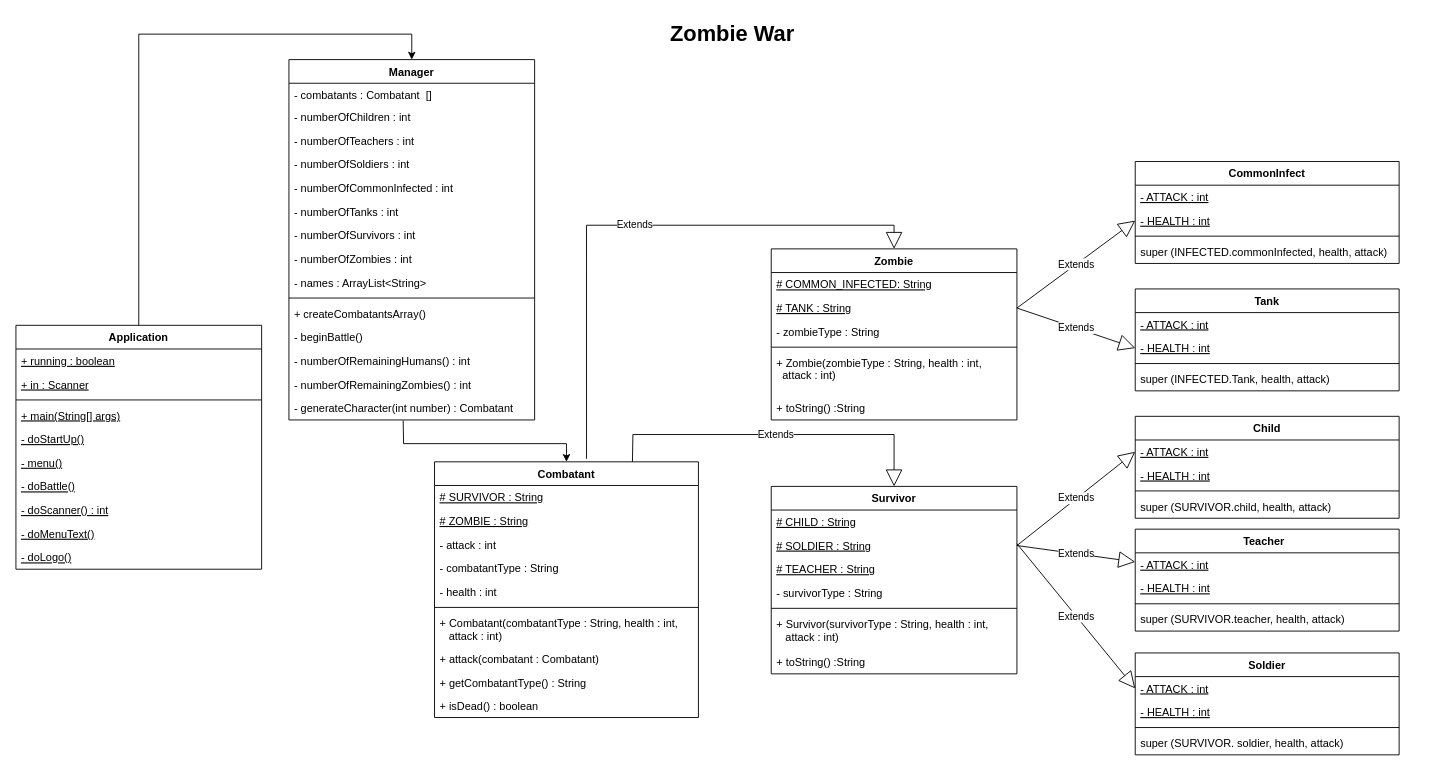
The draw.io diagram TeamCollabDrawIO.drawio in NeslerJCSP/ZombieWar, before the edit. Source tidied: cells renumbered, new cells numbered last; positions are measured from the earlier drawing's top-left corner, leaving out a move shared by most shapes. Both pictures are drawn from the tidied source at 91%, with x=0, y=0 at pixel (15, 15).
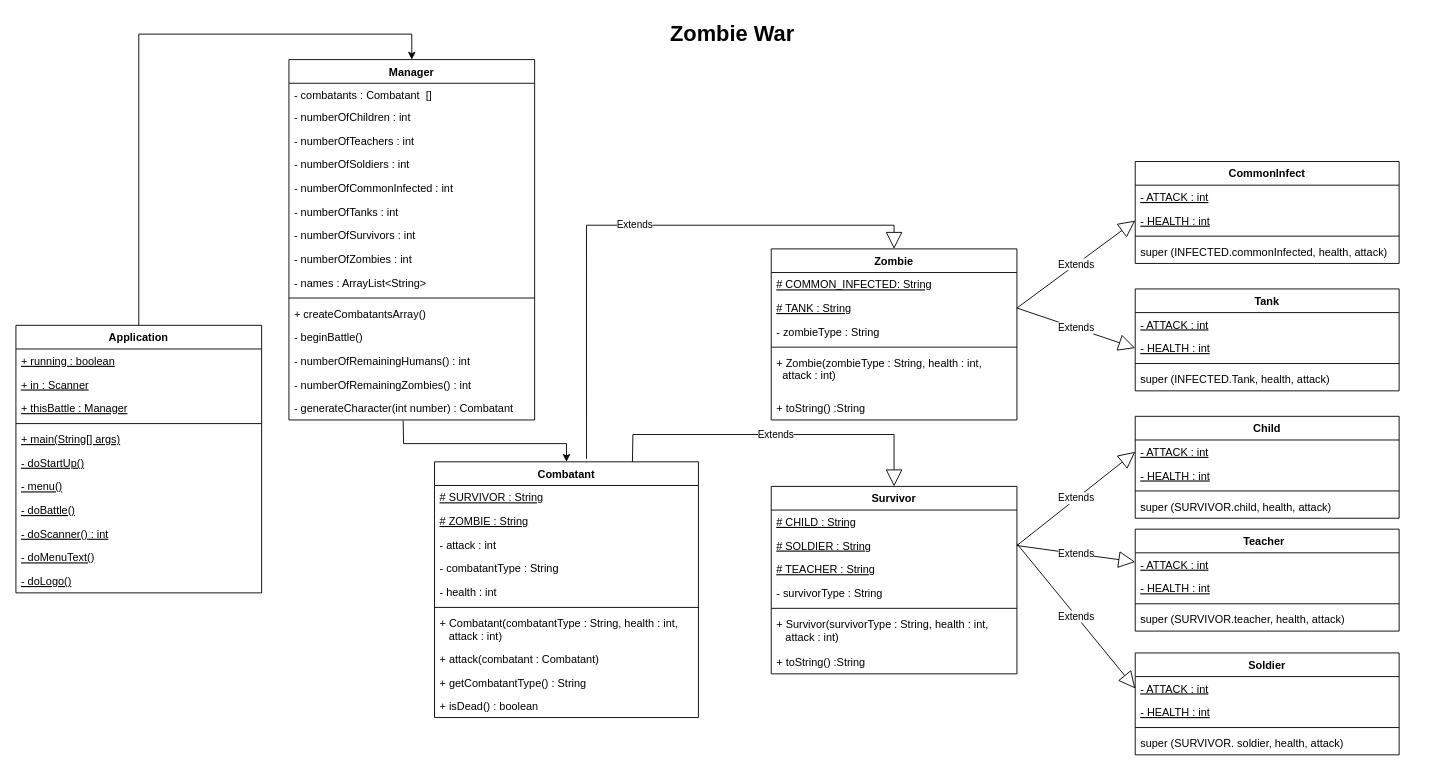
After the change.

The edit, as a diff of the source:
```diff
@@
     <mxCell id="70" value="Application" style="swimlane;fontStyle=1;align=center;verticalAlign=top;horizontal=1;startSize=26;" parent="1" vertex="1">
-      <mxGeometry y="340" width="270" height="268" as="geometry" />
+      <mxGeometry y="340" width="270" height="294" as="geometry" />
     </mxCell>
@@
+    <mxCell id="90" value="+ thisBattle : Manager&#10;" style="text;strokeColor=none;fillColor=none;align=left;verticalAlign=top;spacingLeft=4;spacingRight=4;overflow=hidden;fontStyle=4;" parent="70" vertex="1">
+      <mxGeometry y="78" width="270" height="26" as="geometry" />
+    </mxCell>
     <mxCell id="73" style="line;strokeWidth=1;fillColor=none;align=left;verticalAlign=middle;spacingTop=-1;spacingLeft=3;spacingRight=3;labelPosition=right;strokeColor=inherit;" parent="70" vertex="1">
-      <mxGeometry y="78" width="270" height="8" as="geometry" />
+      <mxGeometry y="104" width="270" height="8" as="geometry" />
     </mxCell>
     <mxCell id="74" value="+ main(String[] args)" style="text;strokeColor=none;fillColor=none;align=left;verticalAlign=top;spacingLeft=4;spacingRight=4;overflow=hidden;fontStyle=4;" parent="70" vertex="1">
-      <mxGeometry y="86" width="270" height="26" as="geometry" />
+      <mxGeometry y="112" width="270" height="26" as="geometry" />
     </mxCell>
     <mxCell id="75" value="- doStartUp()" style="text;strokeColor=none;fillColor=none;align=left;verticalAlign=top;spacingLeft=4;spacingRight=4;overflow=hidden;fontStyle=4;" parent="70" vertex="1">
-      <mxGeometry y="112" width="270" height="26" as="geometry" />
+      <mxGeometry y="138" width="270" height="26" as="geometry" />
     </mxCell>
     <mxCell id="76" value="- menu()" style="text;strokeColor=none;fillColor=none;align=left;verticalAlign=top;spacingLeft=4;spacingRight=4;overflow=hidden;fontStyle=4;" parent="70" vertex="1">
-      <mxGeometry y="138" width="270" height="26" as="geometry" />
+      <mxGeometry y="164" width="270" height="26" as="geometry" />
     </mxCell>
     <mxCell id="77" value="- doBattle()" style="text;strokeColor=none;fillColor=none;align=left;verticalAlign=top;spacingLeft=4;spacingRight=4;overflow=hidden;fontStyle=4;" parent="70" vertex="1">
-      <mxGeometry y="164" width="270" height="26" as="geometry" />
+      <mxGeometry y="190" width="270" height="26" as="geometry" />
     </mxCell>
     <mxCell id="78" value="- doScanner() : int" style="text;strokeColor=none;fillColor=none;align=left;verticalAlign=top;spacingLeft=4;spacingRight=4;overflow=hidden;fontStyle=4;" parent="70" vertex="1">
-      <mxGeometry y="190" width="270" height="26" as="geometry" />
+      <mxGeometry y="216" width="270" height="26" as="geometry" />
     </mxCell>
     <mxCell id="79" value="- doMenuText()" style="text;strokeColor=none;fillColor=none;align=left;verticalAlign=top;spacingLeft=4;spacingRight=4;overflow=hidden;fontStyle=4;" parent="70" vertex="1">
-      <mxGeometry y="216" width="270" height="26" as="geometry" />
+      <mxGeometry y="242" width="270" height="26" as="geometry" />
     </mxCell>
     <mxCell id="80" value="- doLogo()" style="text;strokeColor=none;fillColor=none;align=left;verticalAlign=top;spacingLeft=4;spacingRight=4;overflow=hidden;fontStyle=4;" parent="70" vertex="1">
-      <mxGeometry y="242" width="270" height="26" as="geometry" />
+      <mxGeometry y="268" width="270" height="26" as="geometry" />
     </mxCell>
```
